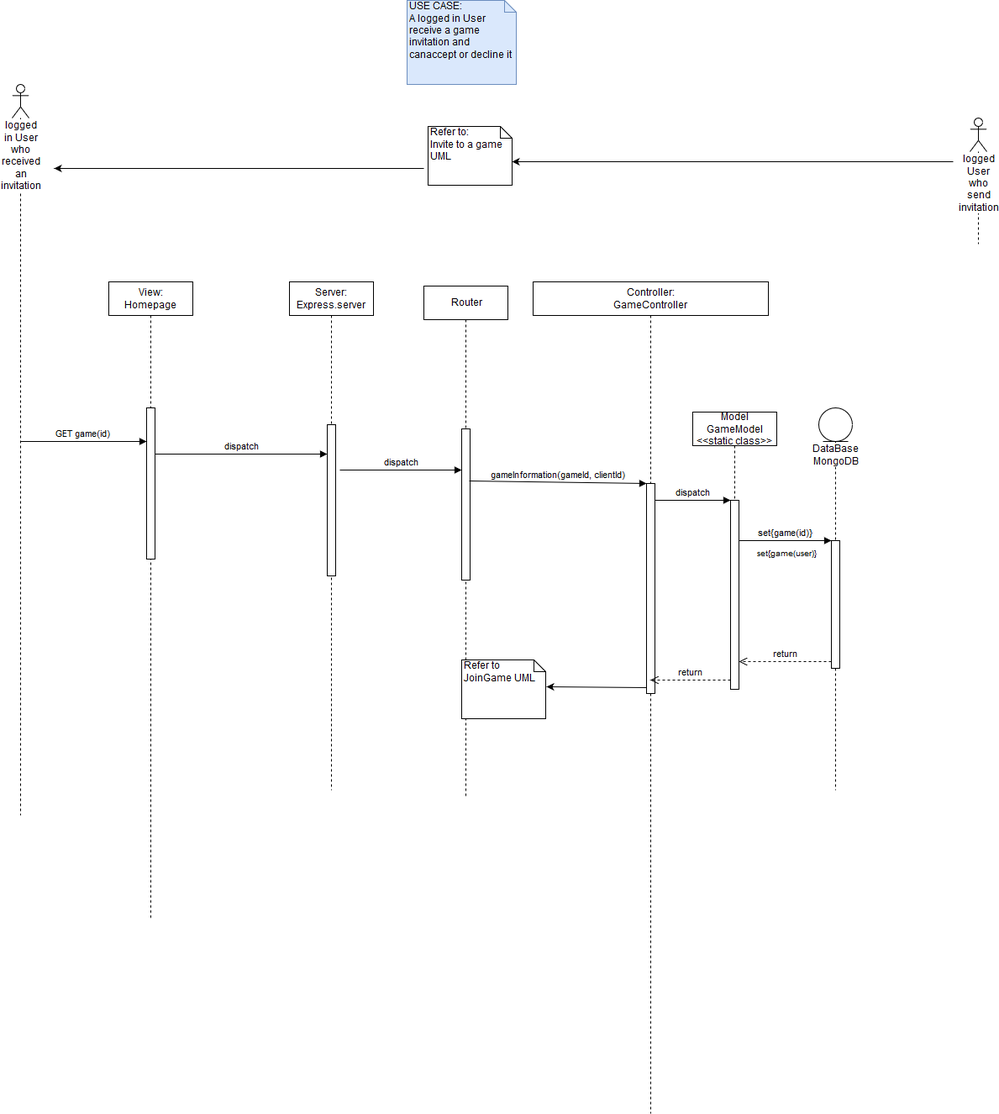
O-clock-Pulsar/Pictionary-TeamPyjamasque keeps this draw.io diagram as UML_Graphics/Sequence Diagrams/Sequence Diagram_ Accept an Invitation.png. Above is the earlier version. Source tidied: cells renumbered, new cells last; positions are measured from the earlier drawing's top-left corner, leaving out a move shared by most shapes.
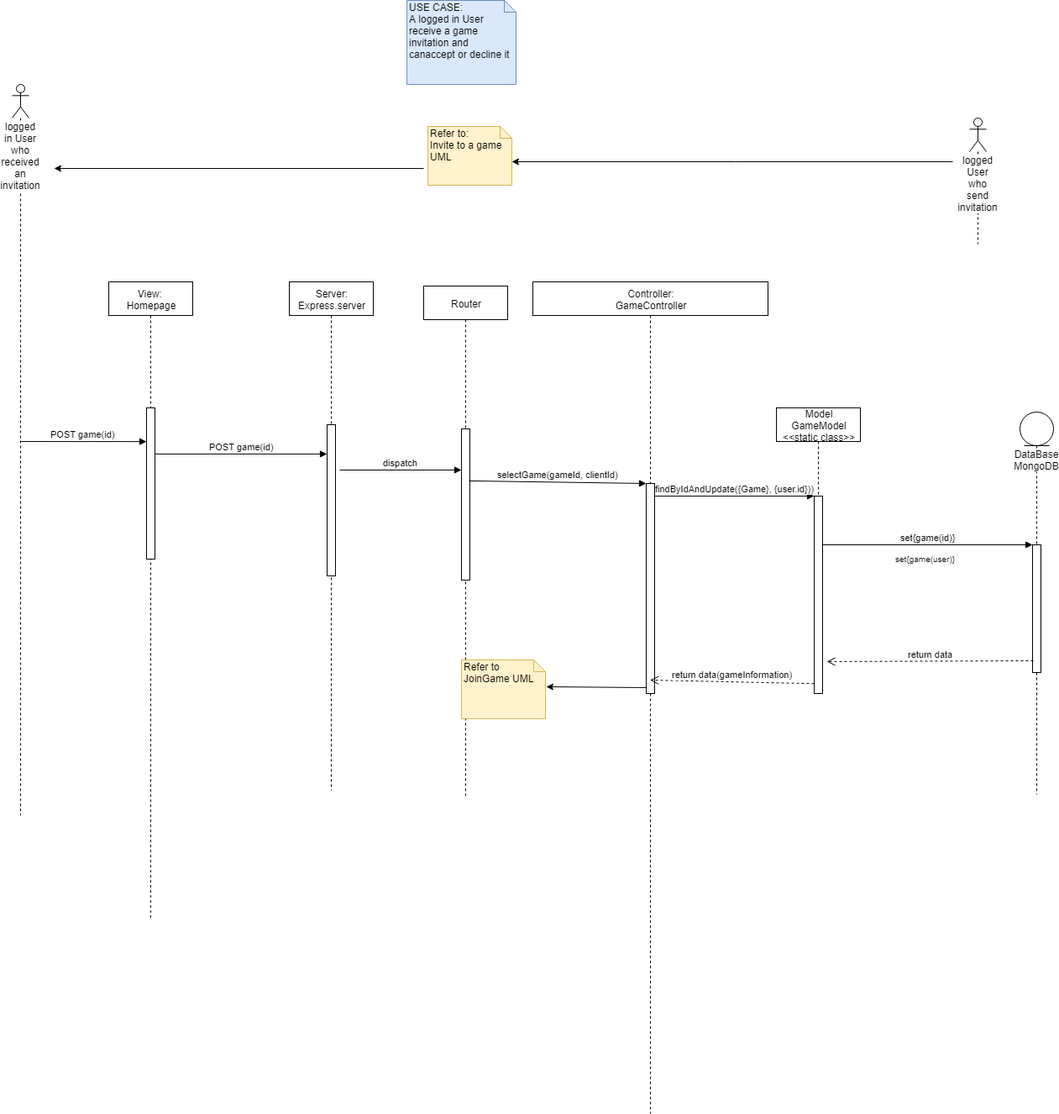
Later version of the same file.

Diff of the diagram source:
```diff
@@ -25,7 +25,7 @@
     <mxCell id="8" style="html=1;points=[];perimeter=orthogonalPerimeter;" parent="6" vertex="1">
       <mxGeometry x="135" y="240" width="10" height="250" as="geometry" />
     </mxCell>
-    <mxCell id="9" value="GET game(id)" style="html=1;verticalAlign=bottom;endArrow=block;entryX=0;entryY=0.223;entryDx=0;entryDy=0;entryPerimeter=0;" parent="1" edge="1" target="5">
+    <mxCell id="9" value="POST game(id)" style="html=1;verticalAlign=bottom;endArrow=block;entryX=0;entryY=0.223;entryDx=0;entryDy=0;entryPerimeter=0;" parent="1" edge="1" target="5">
       <mxGeometry relative="1" as="geometry">
         <mxPoint x="9.5" y="525" as="sourcePoint" />
       </mxGeometry>
@@ -34,21 +34,21 @@
       <mxGeometry relative="1" as="geometry" />
     </mxCell>
     <mxCell id="11" value="&lt;div&gt;Model&lt;/div&gt;&lt;div&gt;GameModel&lt;/div&gt;&lt;div&gt;&amp;lt;&amp;lt;static class&amp;gt;&amp;gt;&lt;br&gt;&lt;/div&gt;" style="shape=umlLifeline;perimeter=lifelinePerimeter;whiteSpace=wrap;html=1;" parent="1" vertex="1">
-      <mxGeometry x="810" y="490" width="100" height="330" as="geometry" />
+      <mxGeometry x="910" y="485" width="100" height="340" as="geometry" />
     </mxCell>
     <mxCell id="12" style="html=1;points=[];perimeter=orthogonalPerimeter;" parent="11" vertex="1">
-      <mxGeometry x="45" y="105" width="10" height="225" as="geometry" />
+      <mxGeometry x="45" y="105" width="10" height="235" as="geometry" />
     </mxCell>
     <mxCell id="13" value="DataBase&lt;br&gt;MongoDB" style="shape=umlLifeline;participant=umlEntity;perimeter=lifelinePerimeter;whiteSpace=wrap;html=1;verticalAlign=top;spacingTop=36;labelBackgroundColor=#ffffff;" parent="1" vertex="1">
-      <mxGeometry x="960" y="485" width="40" height="455" as="geometry" />
+      <mxGeometry x="1200" y="490" width="40" height="455" as="geometry" />
     </mxCell>
     <mxCell id="14" style="html=1;points=[];perimeter=orthogonalPerimeter;" parent="13" vertex="1">
       <mxGeometry x="15" y="158" width="10" height="152" as="geometry" />
     </mxCell>
-    <mxCell id="15" value="dispatch" style="html=1;verticalAlign=bottom;endArrow=block;entryX=0;entryY=0;" parent="1" edge="1" source="8" target="12">
+    <mxCell id="15" value="findByIdAndUpdate({Game}, {user.id}))" style="html=1;verticalAlign=bottom;endArrow=block;entryX=0;entryY=0;" parent="1" edge="1" source="8" target="12">
       <mxGeometry relative="1" as="geometry" />
     </mxCell>
-    <mxCell id="16" value="return" style="html=1;verticalAlign=bottom;endArrow=open;dashed=1;endSize=8;exitX=0;exitY=0.95;" parent="1" edge="1" source="12">
+    <mxCell id="16" value="return data(gameInformation)" style="html=1;verticalAlign=bottom;endArrow=open;dashed=1;endSize=8;exitX=0;exitY=0.95;" parent="1" edge="1" source="12">
       <mxGeometry relative="1" as="geometry">
         <mxPoint x="759.5" y="809" as="targetPoint" />
       </mxGeometry>
@@ -56,8 +56,10 @@
     <mxCell id="17" value="set{game(id)}" style="html=1;verticalAlign=bottom;endArrow=block;entryX=0;entryY=0;" parent="1" edge="1" source="12" target="14">
       <mxGeometry relative="1" as="geometry" />
     </mxCell>
-    <mxCell id="18" value="return" style="html=1;verticalAlign=bottom;endArrow=open;dashed=1;endSize=8;exitX=0;exitY=0.95;" parent="1" edge="1" source="14" target="12">
-      <mxGeometry relative="1" as="geometry" />
+    <mxCell id="18" value="return data" style="html=1;verticalAlign=bottom;endArrow=open;dashed=1;endSize=8;exitX=0.1;exitY=0.908;exitDx=0;exitDy=0;exitPerimeter=0;" parent="1" edge="1" source="14">
+      <mxGeometry relative="1" as="geometry">
+        <mxPoint x="970" y="787" as="targetPoint" />
+      </mxGeometry>
     </mxCell>
     <mxCell id="19" value="Router" style="shape=umlLifeline;perimeter=lifelinePerimeter;whiteSpace=wrap;html=1;" parent="1" vertex="1">
       <mxGeometry x="490" y="340" width="100" height="610" as="geometry" />
@@ -80,15 +82,15 @@
       <mxGeometry x="1140" y="140" width="20" height="150" as="geometry" />
     </mxCell>
     <mxCell id="25" value="&lt;div&gt;&lt;font style=&quot;font-size: 10px&quot;&gt;set{game(user)}&lt;/font&gt;&lt;/div&gt;&lt;div&gt;&lt;br&gt;&lt;/div&gt;" style="text;html=1;align=left;verticalAlign=top;spacingTop=-4;" parent="1" vertex="1">
-      <mxGeometry x="885" y="650" width="90" height="30" as="geometry" />
+      <mxGeometry x="1050" y="655" width="90" height="30" as="geometry" />
     </mxCell>
-    <mxCell id="26" value="gameInformation(gameId, clientId)" style="html=1;verticalAlign=bottom;endArrow=block;entryX=0;entryY=0;exitX=0.9;exitY=0.344;exitDx=0;exitDy=0;exitPerimeter=0;" parent="1" edge="1" source="20" target="8">
+    <mxCell id="26" value="selectGame(gameId, clientId)" style="html=1;verticalAlign=bottom;endArrow=block;entryX=0;entryY=0;exitX=0.9;exitY=0.344;exitDx=0;exitDy=0;exitPerimeter=0;" parent="1" edge="1" source="20" target="8">
       <mxGeometry relative="1" as="geometry" />
     </mxCell>
-    <mxCell id="27" value="dispatch" style="html=1;verticalAlign=bottom;endArrow=block;entryX=0;entryY=0.194;entryDx=0;entryDy=0;entryPerimeter=0;" parent="1" edge="1" source="5" target="22">
+    <mxCell id="27" value="POST game(id)" style="html=1;verticalAlign=bottom;endArrow=block;entryX=0;entryY=0.194;entryDx=0;entryDy=0;entryPerimeter=0;" parent="1" edge="1" source="5" target="22">
       <mxGeometry relative="1" as="geometry" />
     </mxCell>
-    <mxCell id="28" value="&lt;div&gt;Refer to:&lt;/div&gt;&lt;div&gt;Invite to a game UML&lt;br&gt;&lt;/div&gt;" style="shape=note;whiteSpace=wrap;html=1;size=14;verticalAlign=top;align=left;spacingTop=-6;" parent="1" vertex="1">
+    <mxCell id="28" value="&lt;div&gt;Refer to:&lt;/div&gt;&lt;div&gt;Invite to a game UML&lt;br&gt;&lt;/div&gt;" style="shape=note;whiteSpace=wrap;html=1;size=14;verticalAlign=top;align=left;spacingTop=-6;fillColor=#fff2cc;strokeColor=#d6b656;" parent="1" vertex="1">
       <mxGeometry x="495" y="150" width="100" height="70" as="geometry" />
     </mxCell>
     <mxCell id="29" style="endArrow=classic;html=1;entryX=0;entryY=0;entryDx=100;entryDy=42;entryPerimeter=0;" parent="1" edge="1" target="28">
@@ -102,7 +104,7 @@
         <mxPoint x="50" y="200" as="targetPoint" />
       </mxGeometry>
     </mxCell>
-    <mxCell id="31" value="&lt;div&gt;Refer to&lt;/div&gt;&lt;div&gt;JoinGame UML&lt;br&gt;&lt;/div&gt;" style="shape=note;whiteSpace=wrap;html=1;size=14;verticalAlign=top;align=left;spacingTop=-6;" parent="1" vertex="1">
+    <mxCell id="31" value="&lt;div&gt;Refer to&lt;/div&gt;&lt;div&gt;JoinGame UML&lt;br&gt;&lt;/div&gt;" style="shape=note;whiteSpace=wrap;html=1;size=14;verticalAlign=top;align=left;spacingTop=-6;fillColor=#fff2cc;strokeColor=#d6b656;" parent="1" vertex="1">
       <mxGeometry x="535" y="785" width="100" height="70" as="geometry" />
     </mxCell>
     <mxCell id="32" style="endArrow=classic;html=1;entryX=1.01;entryY=0.457;entryDx=0;entryDy=0;entryPerimeter=0;exitX=0;exitY=0.972;exitDx=0;exitDy=0;exitPerimeter=0;" parent="1" edge="1" source="8" target="31">
```
